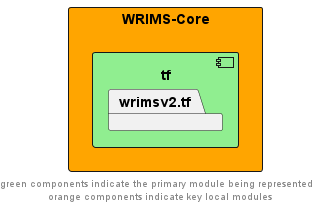
Earlier version of the PlantUML export docs/diagrams/wrims-core/wrims-core_tf.png (CentralValleyModeling/wrims).
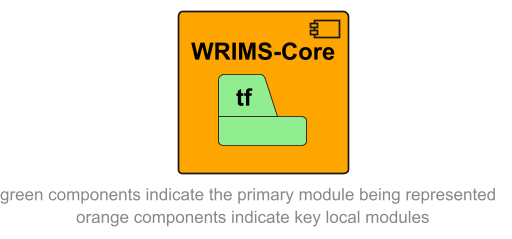
After the change.

What changed in the source:
```diff
@@ -2,12 +2,8 @@
 left to right direction
 skinparam linetype ortho
 
-rectangle wrims_core as "WRIMS-Core" #orange {
-    package tf {
-        component tf #lightgreen {
-            package wrimsv2.tf
-        }
-    }
+component wrims_core as "WRIMS-Core" #orange {
+    package tf #lightgreen
 }
 
 
```
